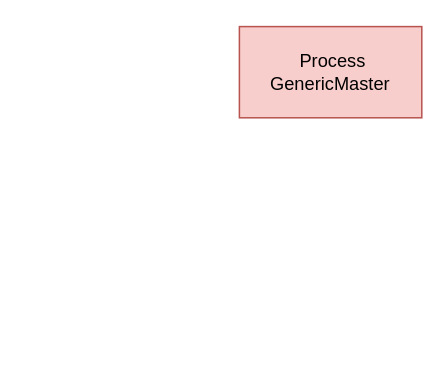
Above: Untitled Diagram.drawio in Prathmesh743/.NetAngular (draw.io), before the change. Source tidied: cells renumbered, new cells numbered last; positions are measured from the earlier drawing's top-left corner, leaving out a move shared by most shapes. Both pictures are drawn from the tidied source at 152%, with x=0, y=0 at pixel (239, 26).
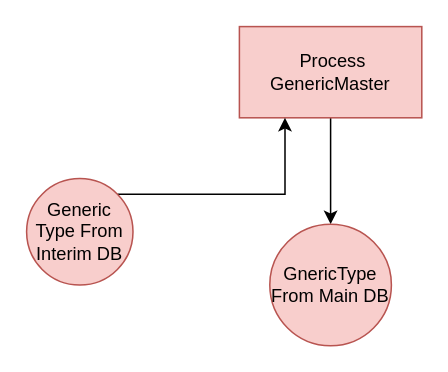
Above is the later version.

Change to the diagram source:
```diff
@@
 <mxGraphModel>
   <root>
     <mxCell id="0" />
     <mxCell id="1" parent="0" />
+    <mxCell id="3" style="edgeStyle=orthogonalEdgeStyle;rounded=0;jettySize=auto;html=1;" parent="1" edge="1" source="2" target="4">
+      <mxGeometry relative="1" as="geometry" />
+    </mxCell>
     <mxCell id="2" value="&amp;nbsp;Process GenericMaster" style="rounded=0;whiteSpace=wrap;html=1;fillColor=#f8cecc;strokeColor=#b85450;" parent="1" vertex="1">
       <mxGeometry width="120" height="60" as="geometry" />
     </mxCell>
+    <mxCell id="4" value="GnericType From Main DB" style="ellipse;whiteSpace=wrap;html=1;fillColor=#f8cecc;strokeColor=#b85450;rounded=0;" parent="1" vertex="1">
+      <mxGeometry x="20" y="130" width="80" height="80" as="geometry" />
+    </mxCell>
+    <mxCell id="5" style="edgeStyle=orthogonalEdgeStyle;rounded=0;jettySize=auto;html=1;exitX=1;exitY=0;exitDx=0;exitDy=0;entryX=0.25;entryY=1;entryDx=0;entryDy=0;" parent="1" edge="1" source="6" target="2">
+      <mxGeometry relative="1" as="geometry" />
+    </mxCell>
+    <mxCell id="6" value="Generic&lt;br&gt;Type From Interim DB" style="ellipse;whiteSpace=wrap;html=1;fillColor=#f8cecc;strokeColor=#b85450;" parent="1" vertex="1">
+      <mxGeometry x="-140" y="100" width="70" height="70" as="geometry" />
+    </mxCell>
   </root>
 </mxGraphModel>
```
